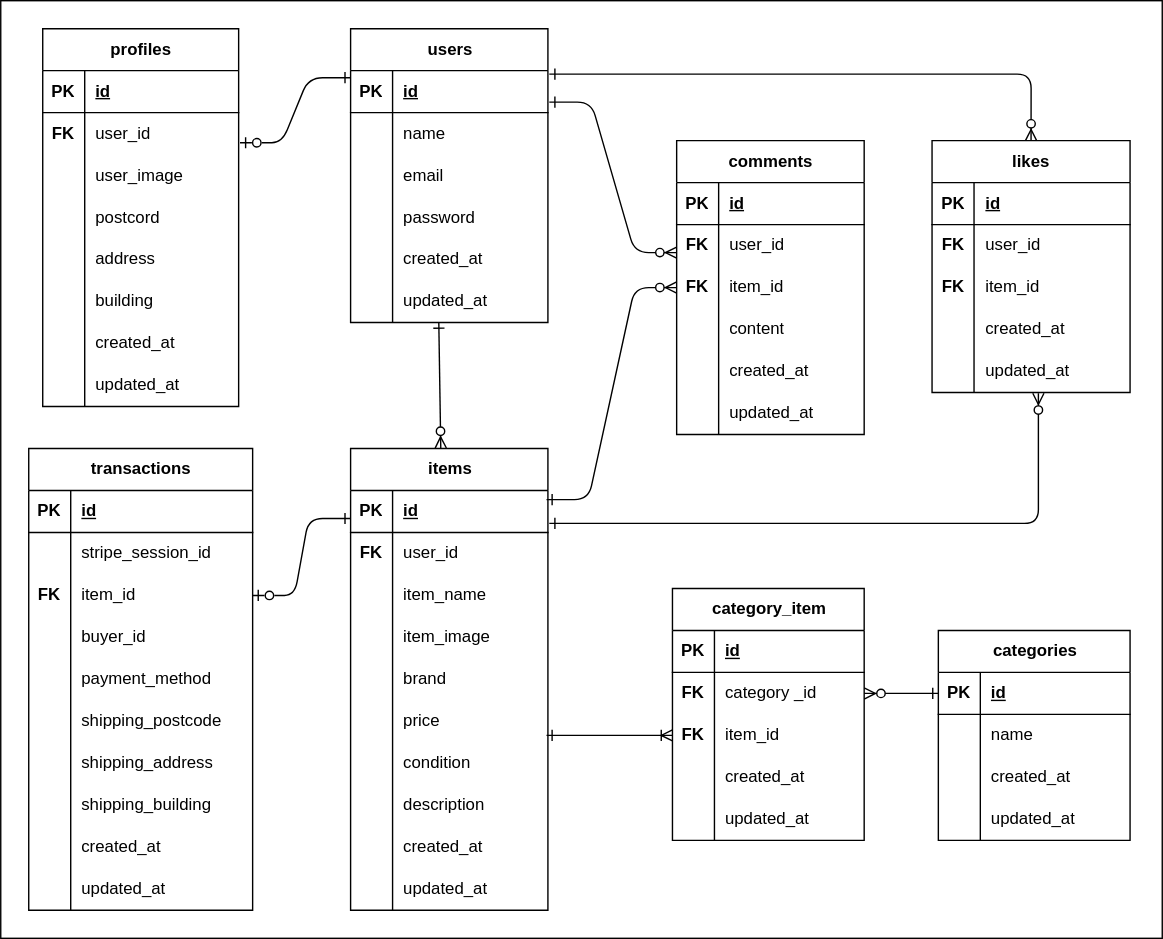
This is ER.drawio.svg from mutoryoko/FleaMarket, a draw.io export, as it was before one commit. Source tidied: cells renumbered, new cells last; positions are measured from the earlier drawing's top-left corner, leaving out a move shared by most shapes.
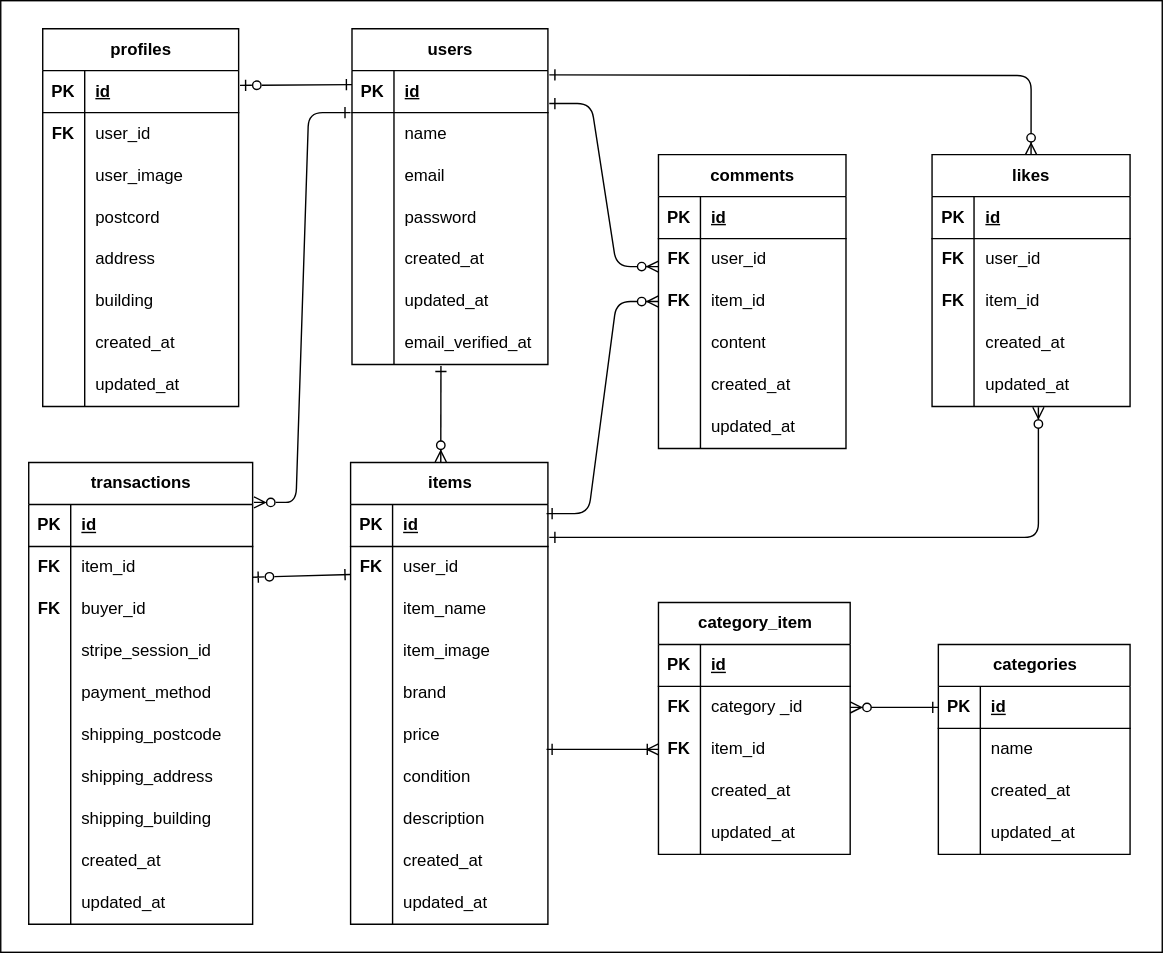
Above is the later version.

Commit message:
ER図の修正、migrationファイルの整理、リレーションの見直し

The edit, as a diff of the source:
```diff
@@ -3,10 +3,10 @@
     <mxCell id="0" />
     <mxCell id="1" parent="0" />
     <mxCell id="2" style="rounded=0;whiteSpace=wrap;html=1;" parent="1" vertex="1">
-      <mxGeometry width="830" height="670" as="geometry" />
+      <mxGeometry y="-10" width="830" height="680" as="geometry" />
     </mxCell>
     <mxCell id="3" value="category_item" style="shape=table;startSize=30;rowLines=0;fontStyle=1;align=center;html=1;" parent="1" vertex="1">
-      <mxGeometry x="480" y="420" width="137" height="180" as="geometry" />
+      <mxGeometry x="470" y="420" width="137" height="180" as="geometry" />
     </mxCell>
     <mxCell id="4" style="shape=tableRow;horizontal=0;startSize=0;swimlaneHead=0;swimlaneBody=0;fillColor=none;top=0;left=0;right=0;bottom=1;" parent="3" vertex="1">
       <mxGeometry y="30" width="137" height="30" as="geometry" />
@@ -161,10 +161,10 @@
     <mxCell id="54" style="shape=tableRow;horizontal=0;startSize=0;swimlaneHead=0;swimlaneBody=0;fillColor=none;top=0;left=0;right=0;bottom=0;" parent="50" vertex="1">
       <mxGeometry y="60" width="160" height="30" as="geometry" />
     </mxCell>
-    <mxCell id="55" style="shape=partialRectangle;fillColor=none;top=0;left=0;bottom=0;right=0;overflow=hidden;whiteSpace=wrap;html=1;" parent="54" vertex="1">
+    <mxCell id="55" value="&lt;b&gt;FK&lt;/b&gt;" style="shape=partialRectangle;fillColor=none;top=0;left=0;bottom=0;right=0;overflow=hidden;whiteSpace=wrap;html=1;" parent="54" vertex="1">
       <mxGeometry width="30" height="30" as="geometry" />
     </mxCell>
-    <mxCell id="56" value="stripe_session_id" style="shape=partialRectangle;fillColor=none;top=0;left=0;bottom=0;right=0;align=left;spacingLeft=6;overflow=hidden;whiteSpace=wrap;html=1;" parent="54" vertex="1">
+    <mxCell id="56" value="item_id" style="shape=partialRectangle;fillColor=none;top=0;left=0;bottom=0;right=0;align=left;spacingLeft=6;overflow=hidden;whiteSpace=wrap;html=1;" parent="54" vertex="1">
       <mxGeometry x="30" width="130" height="30" as="geometry" />
     </mxCell>
     <mxCell id="57" style="shape=tableRow;horizontal=0;startSize=0;swimlaneHead=0;swimlaneBody=0;fillColor=none;points=[[0,0.5],[1,0.5]];portConstraint=eastwest;top=0;left=0;right=0;bottom=0;" parent="50" vertex="1">
@@ -173,7 +173,7 @@
     <mxCell id="58" value="&lt;b&gt;FK&lt;/b&gt;" style="shape=partialRectangle;fillColor=none;top=0;left=0;bottom=0;right=0;overflow=hidden;whiteSpace=wrap;html=1;" parent="57" vertex="1">
       <mxGeometry width="30" height="30" as="geometry" />
     </mxCell>
-    <mxCell id="59" value="item_id" style="shape=partialRectangle;fillColor=none;top=0;left=0;bottom=0;right=0;align=left;spacingLeft=6;overflow=hidden;whiteSpace=wrap;html=1;" parent="57" vertex="1">
+    <mxCell id="59" value="buyer_id" style="shape=partialRectangle;fillColor=none;top=0;left=0;bottom=0;right=0;align=left;spacingLeft=6;overflow=hidden;whiteSpace=wrap;html=1;" parent="57" vertex="1">
       <mxGeometry x="30" width="130" height="30" as="geometry" />
     </mxCell>
     <mxCell id="60" style="shape=tableRow;horizontal=0;startSize=0;swimlaneHead=0;swimlaneBody=0;fillColor=none;top=0;left=0;right=0;bottom=0;" parent="50" vertex="1">
@@ -182,7 +182,7 @@
     <mxCell id="61" style="shape=partialRectangle;fillColor=none;top=0;left=0;bottom=0;right=0;overflow=hidden;whiteSpace=wrap;html=1;" parent="60" vertex="1">
       <mxGeometry width="30" height="30" as="geometry" />
     </mxCell>
-    <mxCell id="62" value="buyer_id" style="shape=partialRectangle;fillColor=none;top=0;left=0;bottom=0;right=0;align=left;spacingLeft=6;overflow=hidden;whiteSpace=wrap;html=1;" parent="60" vertex="1">
+    <mxCell id="62" value="stripe_session_id" style="shape=partialRectangle;fillColor=none;top=0;left=0;bottom=0;right=0;align=left;spacingLeft=6;overflow=hidden;whiteSpace=wrap;html=1;" parent="60" vertex="1">
       <mxGeometry x="30" width="130" height="30" as="geometry" />
     </mxCell>
     <mxCell id="63" style="shape=tableRow;horizontal=0;startSize=0;swimlaneHead=0;swimlaneBody=0;fillColor=none;top=0;left=0;right=0;bottom=0;" parent="50" vertex="1">
@@ -240,7 +240,7 @@
       <mxGeometry x="30" width="130" height="30" as="geometry" />
     </mxCell>
     <mxCell id="81" value="comments" style="shape=table;startSize=30;rowLines=0;fontStyle=1;align=center;html=1;" parent="1" vertex="1">
-      <mxGeometry x="483" y="100" width="134" height="210" as="geometry" />
+      <mxGeometry x="470" y="100" width="134" height="210" as="geometry" />
     </mxCell>
     <mxCell id="82" style="shape=tableRow;horizontal=0;startSize=0;swimlaneHead=0;swimlaneBody=0;fillColor=none;top=0;left=0;right=0;bottom=1;" parent="81" vertex="1">
       <mxGeometry y="30" width="134" height="30" as="geometry" />
@@ -335,21 +335,25 @@
     <mxCell id="112" value="updated_at" style="shape=partialRectangle;fillColor=none;top=0;left=0;bottom=0;right=0;align=left;spacingLeft=6;overflow=hidden;whiteSpace=wrap;html=1;" parent="110" vertex="1">
       <mxGeometry x="30" width="107" height="30" as="geometry" />
     </mxCell>
-    <mxCell id="113" style="edgeStyle=entityRelationEdgeStyle;fontSize=12;html=1;endArrow=ERone;startArrow=ERzeroToOne;exitX=1.007;exitY=0.717;exitDx=0;exitDy=0;exitPerimeter=0;startFill=0;endFill=0;entryX=0;entryY=0.167;entryDx=0;entryDy=0;entryPerimeter=0;" parent="1" edge="1" source="161" target="121">
-      <mxGeometry relative="1" as="geometry" />
+    <mxCell id="113" style="fontSize=12;html=1;endArrow=ERone;startArrow=ERzeroToOne;exitX=1.007;exitY=0.183;exitDx=0;exitDy=0;exitPerimeter=0;startFill=0;endFill=0;entryX=0;entryY=0.167;entryDx=0;entryDy=0;entryPerimeter=0;" parent="1" edge="1">
+      <mxGeometry relative="1" as="geometry">
+        <mxPoint x="171" y="50.5" as="sourcePoint" />
+        <mxPoint x="251" y="50" as="targetPoint" />
+      </mxGeometry>
     </mxCell>
-    <mxCell id="114" style="edgeStyle=entityRelationEdgeStyle;fontSize=12;html=1;endArrow=ERzeroToMany;startArrow=ERone;entryX=0;entryY=0.667;entryDx=0;entryDy=0;entryPerimeter=0;exitX=1.007;exitY=0.75;exitDx=0;exitDy=0;exitPerimeter=0;startFill=0;" parent="1" edge="1" source="121" target="85">
+    <mxCell id="114" style="edgeStyle=entityRelationEdgeStyle;fontSize=12;html=1;endArrow=ERzeroToMany;startArrow=ERone;entryX=0;entryY=0.667;entryDx=0;entryDy=0;entryPerimeter=0;startFill=0;exitX=1.007;exitY=0.783;exitDx=0;exitDy=0;exitPerimeter=0;" parent="1" edge="1" source="121" target="85">
       <mxGeometry relative="1" as="geometry" />
     </mxCell>
     <mxCell id="115" style="edgeStyle=entityRelationEdgeStyle;fontSize=12;html=1;endArrow=ERzeroToMany;startArrow=ERone;entryX=0;entryY=0.5;entryDx=0;entryDy=0;entryPerimeter=0;startFill=0;exitX=0.993;exitY=0.217;exitDx=0;exitDy=0;exitPerimeter=0;" parent="1" edge="1" source="20" target="88">
       <mxGeometry relative="1" as="geometry" />
     </mxCell>
-    <mxCell id="116" style="edgeStyle=entityRelationEdgeStyle;fontSize=12;html=1;endArrow=ERone;startArrow=ERzeroToOne;exitX=1;exitY=0.5;exitDx=0;exitDy=0;startFill=0;endFill=0;" parent="1" edge="1" source="57">
+    <mxCell id="116" style="fontSize=12;html=1;endArrow=ERone;startArrow=ERzeroToOne;startFill=0;endFill=0;" parent="1" edge="1">
       <mxGeometry relative="1" as="geometry">
-        <mxPoint x="250" y="370" as="targetPoint" />
+        <mxPoint x="180" y="402" as="sourcePoint" />
+        <mxPoint x="250" y="400" as="targetPoint" />
       </mxGeometry>
     </mxCell>
-    <mxCell id="117" style="fontSize=12;html=1;endArrow=ERzeroToMany;startArrow=ERone;entryX=0.457;entryY=-0.001;entryDx=0;entryDy=0;entryPerimeter=0;exitX=0.447;exitY=1;exitDx=0;exitDy=0;exitPerimeter=0;startFill=0;" parent="1" edge="1" source="136" target="19">
+    <mxCell id="117" style="fontSize=12;html=1;endArrow=ERzeroToMany;startArrow=ERone;entryX=0.457;entryY=-0.001;entryDx=0;entryDy=0;entryPerimeter=0;startFill=0;exitX=0.454;exitY=1.033;exitDx=0;exitDy=0;exitPerimeter=0;" parent="1" edge="1" source="182" target="19">
       <mxGeometry relative="1" as="geometry" />
     </mxCell>
     <mxCell id="118" style="fontSize=12;html=1;endArrow=ERzeroToMany;startArrow=ERone;entryX=1;entryY=0.5;entryDx=0;entryDy=0;exitX=0;exitY=0.5;exitDx=0;exitDy=0;elbow=vertical;startFill=0;" parent="1" edge="1" source="101" target="7">
@@ -361,62 +365,71 @@
       </mxGeometry>
     </mxCell>
     <mxCell id="120" value="users" style="shape=table;startSize=30;rowLines=0;fontStyle=1;align=center;html=1;" parent="1" vertex="1">
-      <mxGeometry x="250" y="20" width="141" height="210" as="geometry" />
+      <mxGeometry x="251" y="10" width="140" height="240" as="geometry" />
     </mxCell>
     <mxCell id="121" style="shape=tableRow;horizontal=0;startSize=0;swimlaneHead=0;swimlaneBody=0;fillColor=none;points=[[0,0.5],[1,0.5]];portConstraint=eastwest;top=0;left=0;right=0;bottom=1;" parent="120" vertex="1">
-      <mxGeometry y="30" width="141" height="30" as="geometry" />
+      <mxGeometry y="30" width="140" height="30" as="geometry" />
     </mxCell>
     <mxCell id="122" value="PK" style="shape=partialRectangle;fillColor=none;top=0;left=0;bottom=0;right=0;fontStyle=1;overflow=hidden;whiteSpace=wrap;html=1;" parent="121" vertex="1">
       <mxGeometry width="30" height="30" as="geometry" />
     </mxCell>
     <mxCell id="123" value="id" style="shape=partialRectangle;fillColor=none;top=0;left=0;bottom=0;right=0;align=left;spacingLeft=6;fontStyle=5;overflow=hidden;whiteSpace=wrap;html=1;" parent="121" vertex="1">
-      <mxGeometry x="30" width="111" height="30" as="geometry" />
+      <mxGeometry x="30" width="110" height="30" as="geometry" />
     </mxCell>
     <mxCell id="124" style="shape=tableRow;horizontal=0;startSize=0;swimlaneHead=0;swimlaneBody=0;fillColor=none;top=0;left=0;right=0;bottom=0;" parent="120" vertex="1">
-      <mxGeometry y="60" width="141" height="30" as="geometry" />
+      <mxGeometry y="60" width="140" height="30" as="geometry" />
     </mxCell>
     <mxCell id="125" style="shape=partialRectangle;fillColor=none;top=0;left=0;bottom=0;right=0;overflow=hidden;whiteSpace=wrap;html=1;" parent="124" vertex="1">
       <mxGeometry width="30" height="30" as="geometry" />
     </mxCell>
     <mxCell id="126" value="name" style="shape=partialRectangle;fillColor=none;top=0;left=0;bottom=0;right=0;align=left;spacingLeft=6;overflow=hidden;whiteSpace=wrap;html=1;" parent="124" vertex="1">
-      <mxGeometry x="30" width="111" height="30" as="geometry" />
+      <mxGeometry x="30" width="110" height="30" as="geometry" />
     </mxCell>
     <mxCell id="127" style="shape=tableRow;horizontal=0;startSize=0;swimlaneHead=0;swimlaneBody=0;fillColor=none;top=0;left=0;right=0;bottom=0;" parent="120" vertex="1">
-      <mxGeometry y="90" width="141" height="30" as="geometry" />
+      <mxGeometry y="90" width="140" height="30" as="geometry" />
     </mxCell>
     <mxCell id="128" style="shape=partialRectangle;fillColor=none;top=0;left=0;bottom=0;right=0;overflow=hidden;whiteSpace=wrap;html=1;" parent="127" vertex="1">
       <mxGeometry width="30" height="30" as="geometry" />
     </mxCell>
     <mxCell id="129" value="email" style="shape=partialRectangle;fillColor=none;top=0;left=0;bottom=0;right=0;align=left;spacingLeft=6;overflow=hidden;whiteSpace=wrap;html=1;" parent="127" vertex="1">
-      <mxGeometry x="30" width="111" height="30" as="geometry" />
+      <mxGeometry x="30" width="110" height="30" as="geometry" />
     </mxCell>
     <mxCell id="130" style="shape=tableRow;horizontal=0;startSize=0;swimlaneHead=0;swimlaneBody=0;fillColor=none;top=0;left=0;right=0;bottom=0;" parent="120" vertex="1">
-      <mxGeometry y="120" width="141" height="30" as="geometry" />
+      <mxGeometry y="120" width="140" height="30" as="geometry" />
     </mxCell>
     <mxCell id="131" style="shape=partialRectangle;fillColor=none;top=0;left=0;bottom=0;right=0;overflow=hidden;whiteSpace=wrap;html=1;" parent="130" vertex="1">
       <mxGeometry width="30" height="30" as="geometry" />
     </mxCell>
     <mxCell id="132" value="password" style="shape=partialRectangle;fillColor=none;top=0;left=0;bottom=0;right=0;align=left;spacingLeft=6;overflow=hidden;whiteSpace=wrap;html=1;" parent="130" vertex="1">
-      <mxGeometry x="30" width="111" height="30" as="geometry" />
+      <mxGeometry x="30" width="110" height="30" as="geometry" />
     </mxCell>
     <mxCell id="133" style="shape=tableRow;horizontal=0;startSize=0;swimlaneHead=0;swimlaneBody=0;fillColor=none;top=0;left=0;right=0;bottom=0;" parent="120" vertex="1">
-      <mxGeometry y="150" width="141" height="30" as="geometry" />
+      <mxGeometry y="150" width="140" height="30" as="geometry" />
     </mxCell>
     <mxCell id="134" style="shape=partialRectangle;fillColor=none;top=0;left=0;bottom=0;right=0;overflow=hidden;whiteSpace=wrap;html=1;" parent="133" vertex="1">
       <mxGeometry width="30" height="30" as="geometry" />
     </mxCell>
     <mxCell id="135" value="created_at" style="shape=partialRectangle;fillColor=none;top=0;left=0;bottom=0;right=0;align=left;spacingLeft=6;overflow=hidden;whiteSpace=wrap;html=1;" parent="133" vertex="1">
-      <mxGeometry x="30" width="111" height="30" as="geometry" />
+      <mxGeometry x="30" width="110" height="30" as="geometry" />
     </mxCell>
     <mxCell id="136" style="shape=tableRow;horizontal=0;startSize=0;swimlaneHead=0;swimlaneBody=0;fillColor=none;points=[[0,0.5],[1,0.5]];portConstraint=eastwest;top=0;left=0;right=0;bottom=0;" parent="120" vertex="1">
-      <mxGeometry y="180" width="141" height="30" as="geometry" />
+      <mxGeometry y="180" width="140" height="30" as="geometry" />
     </mxCell>
     <mxCell id="137" style="shape=partialRectangle;fillColor=none;top=0;left=0;bottom=0;right=0;overflow=hidden;whiteSpace=wrap;html=1;" parent="136" vertex="1">
       <mxGeometry width="30" height="30" as="geometry" />
     </mxCell>
     <mxCell id="138" value="updated_at" style="shape=partialRectangle;fillColor=none;top=0;left=0;bottom=0;right=0;align=left;spacingLeft=6;overflow=hidden;whiteSpace=wrap;html=1;" parent="136" vertex="1">
-      <mxGeometry x="30" width="111" height="30" as="geometry" />
+      <mxGeometry x="30" width="110" height="30" as="geometry" />
     </mxCell>
+    <mxCell id="182" style="shape=tableRow;horizontal=0;startSize=0;swimlaneHead=0;swimlaneBody=0;fillColor=none;points=[[0,0.5],[1,0.5]];portConstraint=eastwest;top=0;left=0;right=0;bottom=0;" parent="120" vertex="1">
+      <mxGeometry y="210" width="140" height="30" as="geometry" />
+    </mxCell>
+    <mxCell id="183" style="shape=partialRectangle;fillColor=none;top=0;left=0;bottom=0;right=0;overflow=hidden;whiteSpace=wrap;html=1;" parent="182" vertex="1">
+      <mxGeometry width="30" height="30" as="geometry" />
+    </mxCell>
+    <mxCell id="184" value="email_verified_at" style="shape=partialRectangle;fillColor=none;top=0;left=0;bottom=0;right=0;align=left;spacingLeft=6;overflow=hidden;whiteSpace=wrap;html=1;" parent="182" vertex="1">
+      <mxGeometry x="30" width="110" height="30" as="geometry" />
+    </mxCell>
     <mxCell id="139" value="likes" style="shape=table;startSize=30;rowLines=0;fontStyle=1;align=center;html=1;" parent="1" vertex="1">
       <mxGeometry x="665.5" y="100" width="141.5" height="180" as="geometry" />
     </mxCell>
@@ -468,11 +481,13 @@
     <mxCell id="155" style="edgeStyle=orthogonalEdgeStyle;fontSize=12;html=1;endArrow=ERzeroToMany;startArrow=ERone;exitX=1.007;exitY=0.783;exitDx=0;exitDy=0;exitPerimeter=0;startFill=0;entryX=0.537;entryY=1.017;entryDx=0;entryDy=0;entryPerimeter=0;" parent="1" edge="1" source="20" target="152">
       <mxGeometry relative="1" as="geometry" />
     </mxCell>
-    <mxCell id="156" style="edgeStyle=orthogonalEdgeStyle;fontSize=12;html=1;endArrow=ERzeroToMany;startArrow=ERone;exitX=1.007;exitY=0.083;exitDx=0;exitDy=0;exitPerimeter=0;startFill=0;entryX=0.5;entryY=0;entryDx=0;entryDy=0;" parent="1" edge="1" source="121" target="139">
-      <mxGeometry relative="1" as="geometry" />
+    <mxCell id="156" style="edgeStyle=orthogonalEdgeStyle;fontSize=12;html=1;endArrow=ERzeroToMany;startArrow=ERone;startFill=0;entryX=0.5;entryY=0;entryDx=0;entryDy=0;" parent="1" edge="1" target="139">
+      <mxGeometry relative="1" as="geometry">
+        <mxPoint x="392" y="43" as="sourcePoint" />
+      </mxGeometry>
     </mxCell>
     <mxCell id="157" value="profiles" style="shape=table;startSize=30;rowLines=0;fontStyle=1;align=center;html=1;" parent="1" vertex="1">
-      <mxGeometry x="30" y="20" width="140" height="270" as="geometry" />
+      <mxGeometry x="30" y="10" width="140" height="270" as="geometry" />
     </mxCell>
     <mxCell id="158" style="shape=tableRow;horizontal=0;startSize=0;swimlaneHead=0;swimlaneBody=0;fillColor=none;top=0;left=0;right=0;bottom=1;" parent="157" vertex="1">
       <mxGeometry y="30" width="140" height="30" as="geometry" />
@@ -546,5 +561,10 @@
     <mxCell id="181" value="updated_at" style="shape=partialRectangle;fillColor=none;top=0;left=0;bottom=0;right=0;align=left;spacingLeft=6;overflow=hidden;whiteSpace=wrap;html=1;" parent="179" vertex="1">
       <mxGeometry x="30" width="110" height="30" as="geometry" />
     </mxCell>
+    <mxCell id="185" style="edgeStyle=entityRelationEdgeStyle;fontSize=12;html=1;endArrow=ERone;endFill=1;startArrow=ERzeroToMany;startFill=0;exitX=1.006;exitY=-0.05;exitDx=0;exitDy=0;exitPerimeter=0;" parent="1" edge="1" source="51">
+      <mxGeometry relative="1" as="geometry">
+        <mxPoint x="250" y="70" as="targetPoint" />
+      </mxGeometry>
+    </mxCell>
   </root>
 </mxGraphModel>
```
